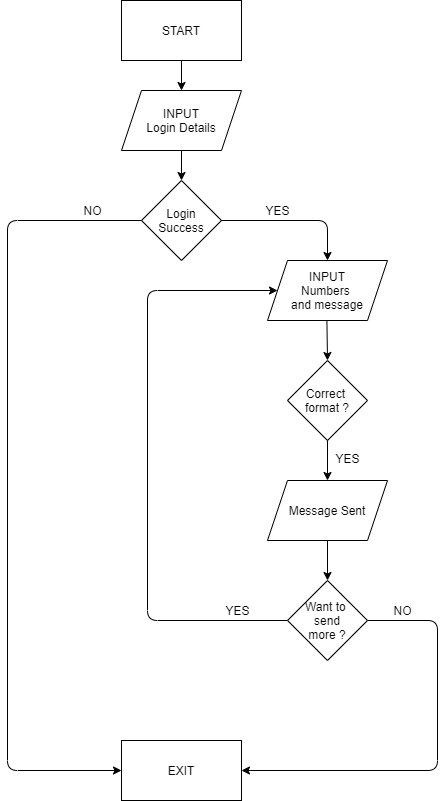
Earlier version of the draw.io export flowchart.png (blackfire7/Story). Source tidied: cells renumbered, new cells last; positions are measured from the earlier drawing's top-left corner, leaving out a move shared by most shapes.
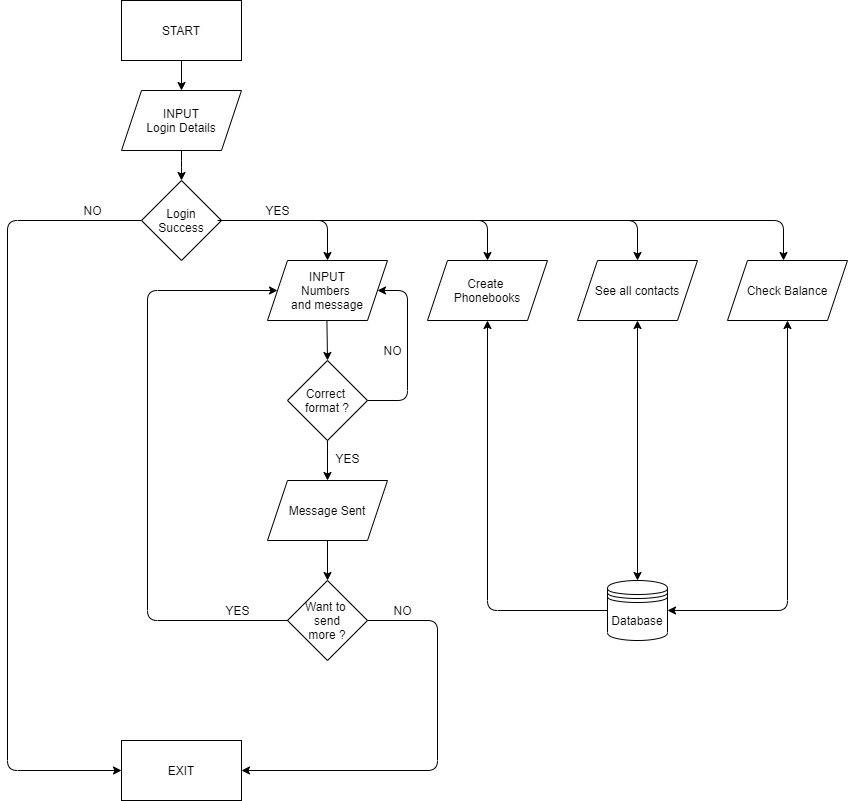
Above is the later version.

The edit, as a diff of the source:
```diff
@@ -2,10 +2,10 @@
   <root>
     <mxCell id="0" />
     <mxCell id="1" parent="0" />
-    <mxCell id="2" value="START" style="rounded=0;whiteSpace=wrap;html=1;" parent="1" vertex="1">
+    <mxCell id="2" value="START" style="whiteSpace=wrap;html=1;" parent="1" vertex="1">
       <mxGeometry x="114" width="120" height="60" as="geometry" />
     </mxCell>
-    <mxCell id="3" style="edgeStyle=orthogonalEdgeStyle;rounded=0;jettySize=auto;html=1;" parent="1" edge="1" source="4" target="5">
+    <mxCell id="3" style="edgeStyle=orthogonalEdgeStyle;jettySize=auto;html=1;" parent="1" edge="1" source="4" target="5">
       <mxGeometry relative="1" as="geometry" />
     </mxCell>
     <mxCell id="4" value="INPUT&lt;br&gt;Login Details" style="shape=parallelogram;perimeter=parallelogramPerimeter;whiteSpace=wrap;html=1;fixedSize=1;" parent="1" vertex="1">
@@ -26,7 +26,7 @@
     <mxCell id="9" value="Want to&amp;nbsp;&lt;br&gt;send&lt;br&gt;more ?" style="rhombus;whiteSpace=wrap;html=1;" parent="1" vertex="1">
       <mxGeometry x="280" y="580" width="80" height="80" as="geometry" />
     </mxCell>
-    <mxCell id="10" value="EXIT" style="rounded=0;whiteSpace=wrap;html=1;" parent="1" vertex="1">
+    <mxCell id="10" value="EXIT" style="whiteSpace=wrap;html=1;" parent="1" vertex="1">
       <mxGeometry x="114" y="740" width="120" height="60" as="geometry" />
     </mxCell>
     <mxCell id="11" style="endArrow=classic;html=1;exitX=0.5;exitY=1;exitDx=0;exitDy=0;" parent="1" edge="1" source="2">
@@ -91,5 +91,70 @@
     <mxCell id="23" value="NO" style="text;html=1;align=center;verticalAlign=middle;" parent="1" vertex="1">
       <mxGeometry x="380" y="600" width="30" height="20" as="geometry" />
     </mxCell>
+    <mxCell id="24" value="Create &lt;br&gt;Phonebooks" style="shape=parallelogram;perimeter=parallelogramPerimeter;whiteSpace=wrap;html=1;fixedSize=1;" parent="1" vertex="1">
+      <mxGeometry x="420" y="260" width="120" height="60" as="geometry" />
+    </mxCell>
+    <mxCell id="25" value="See all contacts" style="shape=parallelogram;perimeter=parallelogramPerimeter;whiteSpace=wrap;html=1;fixedSize=1;" parent="1" vertex="1">
+      <mxGeometry x="570" y="260" width="120" height="60" as="geometry" />
+    </mxCell>
+    <mxCell id="26" value="Check Balance" style="shape=parallelogram;perimeter=parallelogramPerimeter;whiteSpace=wrap;html=1;fixedSize=1;" parent="1" vertex="1">
+      <mxGeometry x="720" y="260" width="120" height="60" as="geometry" />
+    </mxCell>
+    <mxCell id="27" style="endArrow=classic;html=1;entryX=0.5;entryY=0;entryDx=0;entryDy=0;" parent="1" edge="1" target="24">
+      <mxGeometry relative="1" as="geometry">
+        <mxPoint x="220" y="220" as="sourcePoint" />
+        <Array as="points">
+          <mxPoint x="480" y="220" />
+        </Array>
+      </mxGeometry>
+    </mxCell>
+    <mxCell id="28" style="endArrow=classic;html=1;entryX=0.5;entryY=0;entryDx=0;entryDy=0;exitX=1;exitY=0.5;exitDx=0;exitDy=0;" parent="1" edge="1" source="5">
+      <mxGeometry relative="1" as="geometry">
+        <mxPoint x="630" y="260" as="targetPoint" />
+        <Array as="points">
+          <mxPoint x="630" y="220" />
+        </Array>
+      </mxGeometry>
+    </mxCell>
+    <mxCell id="29" style="endArrow=classic;html=1;entryX=0.5;entryY=0;entryDx=0;entryDy=0;" parent="1" edge="1">
+      <mxGeometry relative="1" as="geometry">
+        <mxPoint x="210" y="220" as="sourcePoint" />
+        <mxPoint x="776" y="260" as="targetPoint" />
+        <Array as="points">
+          <mxPoint x="776" y="220" />
+        </Array>
+      </mxGeometry>
+    </mxCell>
+    <mxCell id="30" value="Database" style="shape=datastore;whiteSpace=wrap;html=1;" parent="1" vertex="1">
+      <mxGeometry x="600" y="580" width="60" height="60" as="geometry" />
+    </mxCell>
+    <mxCell id="31" style="endArrow=classic;startArrow=classic;html=1;entryX=0.5;entryY=1;entryDx=0;entryDy=0;exitX=0.5;exitY=0;exitDx=0;exitDy=0;" parent="1" edge="1" source="30" target="25">
+      <mxGeometry relative="1" as="geometry" />
+    </mxCell>
+    <mxCell id="32" style="endArrow=classic;startArrow=classic;html=1;entryX=0.5;entryY=1;entryDx=0;entryDy=0;exitX=1;exitY=0.5;exitDx=0;exitDy=0;" parent="1" edge="1" source="30" target="26">
+      <mxGeometry relative="1" as="geometry">
+        <Array as="points">
+          <mxPoint x="780" y="610" />
+        </Array>
+      </mxGeometry>
+    </mxCell>
+    <mxCell id="33" style="endArrow=classic;html=1;entryX=1;entryY=0.5;entryDx=0;entryDy=0;exitX=1;exitY=0.5;exitDx=0;exitDy=0;" parent="1" edge="1" source="7" target="6">
+      <mxGeometry relative="1" as="geometry">
+        <Array as="points">
+          <mxPoint x="400" y="400" />
+          <mxPoint x="400" y="290" />
+        </Array>
+      </mxGeometry>
+    </mxCell>
+    <mxCell id="34" value="NO" style="text;html=1;align=center;verticalAlign=middle;" parent="1" vertex="1">
+      <mxGeometry x="370" y="340" width="30" height="20" as="geometry" />
+    </mxCell>
+    <mxCell id="35" style="endArrow=classic;html=1;entryX=0.5;entryY=1;entryDx=0;entryDy=0;exitX=0;exitY=0.5;exitDx=0;exitDy=0;" parent="1" edge="1" source="30" target="24">
+      <mxGeometry relative="1" as="geometry">
+        <Array as="points">
+          <mxPoint x="480" y="610" />
+        </Array>
+      </mxGeometry>
+    </mxCell>
   </root>
 </mxGraphModel>
```
